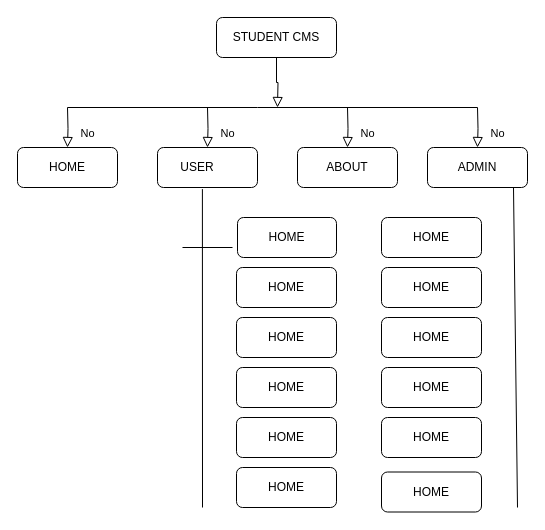
This is final_year_project_flow.drawio from Collinsbrown7723/AduinoBank, a draw.io file, before an edit. Source tidied: cells renumbered, new cells numbered last; positions are measured from the earlier drawing's top-left corner, leaving out a move shared by most shapes. Both pictures are drawn from the tidied source at 100%, with x=0, y=0 at pixel (17, 17).
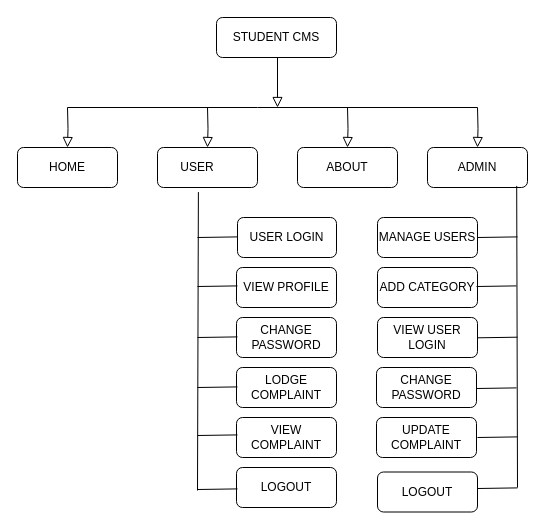
After the change.

The change refers to these unchanged cells:
```xml
<mxCell id="3" value="STUDENT CMS" style="rounded=1;whiteSpace=wrap;html=1;fontSize=12;glass=0;strokeWidth=1;shadow=0;" parent="1" vertex="1">
  <mxGeometry x="199" width="120" height="40" as="geometry" />
</mxCell>
<mxCell id="4" value="ABOUT" style="rounded=1;whiteSpace=wrap;html=1;" parent="1" vertex="1">
  <mxGeometry x="280" y="130" width="100" height="40" as="geometry" />
</mxCell>
<mxCell id="5" value="HOME" style="rounded=1;whiteSpace=wrap;html=1;" parent="1" vertex="1">
  <mxGeometry y="130" width="100" height="40" as="geometry" />
</mxCell>
<mxCell id="6" value="USER&lt;span style=&quot;white-space: pre;&quot;&gt;&#9;&lt;/span&gt;" style="rounded=1;whiteSpace=wrap;html=1;" parent="1" vertex="1">
  <mxGeometry x="140" y="130" width="100" height="40" as="geometry" />
</mxCell>
<mxCell id="7" value="ADMIN" style="rounded=1;whiteSpace=wrap;html=1;" parent="1" vertex="1">
  <mxGeometry x="410" y="130" width="100" height="40" as="geometry" />
</mxCell>
```

Change to the diagram source:
```diff
@@
-    <mxCell id="2" style="rounded=0;html=1;jettySize=auto;fontSize=11;endArrow=block;endFill=0;endSize=8;strokeWidth=1;shadow=0;labelBackgroundColor=none;edgeStyle=orthogonalEdgeStyle;" parent="1" edge="1" source="3">
+    <mxCell id="2" style="rounded=0;html=1;jettySize=auto;orthogonalLoop=1;fontSize=11;endArrow=block;endFill=0;endSize=8;strokeWidth=1;shadow=0;labelBackgroundColor=none;edgeStyle=orthogonalEdgeStyle;" parent="1" edge="1">
       <mxGeometry relative="1" as="geometry">
+        <mxPoint x="259" y="40" as="sourcePoint" />
         <mxPoint x="260" y="90" as="targetPoint" />
+        <Array as="points">
+          <mxPoint x="260" y="40" />
+        </Array>
       </mxGeometry>
     </mxCell>
@@
-    <mxCell id="9" value="No" style="rounded=0;html=1;jettySize=auto;fontSize=11;endArrow=block;endFill=0;endSize=8;strokeWidth=1;shadow=0;labelBackgroundColor=none;edgeStyle=orthogonalEdgeStyle;entryX=0.5;entryY=0;entryDx=0;entryDy=0;" parent="1" edge="1" target="5">
+    <mxCell id="9" style="rounded=0;html=1;jettySize=auto;fontSize=11;endArrow=block;endFill=0;endSize=8;strokeWidth=1;shadow=0;labelBackgroundColor=none;edgeStyle=orthogonalEdgeStyle;entryX=0.5;entryY=0;entryDx=0;entryDy=0;" parent="1" edge="1" target="5">
       <mxGeometry x="0.33" y="20" relative="1" as="geometry">
         <mxPoint x="50" y="90" as="sourcePoint" />
       </mxGeometry>
     </mxCell>
-    <mxCell id="10" value="No" style="rounded=0;html=1;jettySize=auto;fontSize=11;endArrow=block;endFill=0;endSize=8;strokeWidth=1;shadow=0;labelBackgroundColor=none;edgeStyle=orthogonalEdgeStyle;entryX=0.5;entryY=0;entryDx=0;entryDy=0;" parent="1" edge="1" target="6">
+    <mxCell id="10" style="rounded=0;html=1;jettySize=auto;fontSize=11;endArrow=block;endFill=0;endSize=8;strokeWidth=1;shadow=0;labelBackgroundColor=none;edgeStyle=orthogonalEdgeStyle;entryX=0.5;entryY=0;entryDx=0;entryDy=0;" parent="1" edge="1" target="6">
       <mxGeometry x="0.33" y="20" relative="1" as="geometry">
         <mxPoint x="190" y="90" as="sourcePoint" />
       </mxGeometry>
     </mxCell>
-    <mxCell id="11" value="No" style="rounded=0;html=1;jettySize=auto;fontSize=11;endArrow=block;endFill=0;endSize=8;strokeWidth=1;shadow=0;labelBackgroundColor=none;edgeStyle=orthogonalEdgeStyle;entryX=0.5;entryY=0;entryDx=0;entryDy=0;" parent="1" edge="1" target="4">
+    <mxCell id="11" style="rounded=0;html=1;jettySize=auto;fontSize=11;endArrow=block;endFill=0;endSize=8;strokeWidth=1;shadow=0;labelBackgroundColor=none;edgeStyle=orthogonalEdgeStyle;entryX=0.5;entryY=0;entryDx=0;entryDy=0;" parent="1" edge="1" target="4">
       <mxGeometry x="0.33" y="20" relative="1" as="geometry">
         <mxPoint x="330" y="90" as="sourcePoint" />
       </mxGeometry>
     </mxCell>
-    <mxCell id="12" value="No" style="rounded=0;html=1;jettySize=auto;fontSize=11;endArrow=block;endFill=0;endSize=8;strokeWidth=1;shadow=0;labelBackgroundColor=none;edgeStyle=orthogonalEdgeStyle;entryX=0.5;entryY=0;entryDx=0;entryDy=0;" parent="1" edge="1" target="7">
+    <mxCell id="12" style="rounded=0;html=1;jettySize=auto;fontSize=11;endArrow=block;endFill=0;endSize=8;strokeWidth=1;shadow=0;labelBackgroundColor=none;edgeStyle=orthogonalEdgeStyle;entryX=0.5;entryY=0;entryDx=0;entryDy=0;" parent="1" edge="1" target="7">
       <mxGeometry x="0.33" y="20" relative="1" as="geometry">
         <mxPoint x="460" y="90" as="sourcePoint" />
       </mxGeometry>
     </mxCell>
-    <mxCell id="13" value="HOME" style="rounded=1;whiteSpace=wrap;html=1;" parent="1" vertex="1">
+    <mxCell id="13" value="USER LOGIN" style="rounded=1;whiteSpace=wrap;html=1;" parent="1" vertex="1">
       <mxGeometry x="220" y="200" width="99" height="40" as="geometry" />
     </mxCell>
-    <mxCell id="14" value="HOME" style="rounded=1;whiteSpace=wrap;html=1;" parent="1" vertex="1">
+    <mxCell id="14" value="VIEW PROFILE" style="rounded=1;whiteSpace=wrap;html=1;" parent="1" vertex="1">
       <mxGeometry x="219" y="250" width="100" height="40" as="geometry" />
     </mxCell>
-    <mxCell id="15" value="HOME" style="rounded=1;whiteSpace=wrap;html=1;" parent="1" vertex="1">
+    <mxCell id="15" value="CHANGE PASSWORD" style="rounded=1;whiteSpace=wrap;html=1;" parent="1" vertex="1">
       <mxGeometry x="219" y="300" width="100" height="40" as="geometry" />
     </mxCell>
-    <mxCell id="16" value="HOME" style="rounded=1;whiteSpace=wrap;html=1;" parent="1" vertex="1">
+    <mxCell id="16" value="LODGE COMPLAINT " style="rounded=1;whiteSpace=wrap;html=1;" parent="1" vertex="1">
       <mxGeometry x="219" y="350" width="100" height="40" as="geometry" />
     </mxCell>
-    <mxCell id="17" value="HOME" style="rounded=1;whiteSpace=wrap;html=1;" parent="1" vertex="1">
+    <mxCell id="17" value="VIEW COMPLAINT " style="rounded=1;whiteSpace=wrap;html=1;" parent="1" vertex="1">
       <mxGeometry x="219" y="400" width="100" height="40" as="geometry" />
     </mxCell>
-    <mxCell id="18" value="HOME" style="rounded=1;whiteSpace=wrap;html=1;" parent="1" vertex="1">
+    <mxCell id="18" value="LOGOUT" style="rounded=1;whiteSpace=wrap;html=1;" parent="1" vertex="1">
       <mxGeometry x="219" y="450" width="100" height="40" as="geometry" />
     </mxCell>
-    <mxCell id="19" value="HOME" style="rounded=1;whiteSpace=wrap;html=1;" parent="1" vertex="1">
-      <mxGeometry x="364" y="250" width="100" height="40" as="geometry" />
+    <mxCell id="19" value="ADD CATEGORY " style="rounded=1;whiteSpace=wrap;html=1;" parent="1" vertex="1">
+      <mxGeometry x="360" y="250" width="100" height="40" as="geometry" />
     </mxCell>
-    <mxCell id="20" value="HOME" style="rounded=1;whiteSpace=wrap;html=1;" parent="1" vertex="1">
-      <mxGeometry x="364" y="300" width="100" height="40" as="geometry" />
+    <mxCell id="20" value="VIEW USER LOGIN" style="rounded=1;whiteSpace=wrap;html=1;" parent="1" vertex="1">
+      <mxGeometry x="360" y="300" width="100" height="40" as="geometry" />
     </mxCell>
-    <mxCell id="21" value="HOME" style="rounded=1;whiteSpace=wrap;html=1;" parent="1" vertex="1">
-      <mxGeometry x="364" y="350" width="100" height="40" as="geometry" />
+    <mxCell id="21" value="CHANGE PASSWORD" style="rounded=1;whiteSpace=wrap;html=1;" parent="1" vertex="1">
+      <mxGeometry x="359" y="350" width="100" height="40" as="geometry" />
     </mxCell>
-    <mxCell id="22" value="HOME" style="rounded=1;whiteSpace=wrap;html=1;" parent="1" vertex="1">
-      <mxGeometry x="364" y="400" width="100" height="40" as="geometry" />
+    <mxCell id="22" value="UPDATE COMPLAINT" style="rounded=1;whiteSpace=wrap;html=1;" parent="1" vertex="1">
+      <mxGeometry x="359" y="400" width="100" height="40" as="geometry" />
     </mxCell>
-    <mxCell id="23" value="HOME" style="rounded=1;whiteSpace=wrap;html=1;" parent="1" vertex="1">
-      <mxGeometry x="364" y="454.5" width="100" height="40" as="geometry" />
+    <mxCell id="23" value="LOGOUT" style="rounded=1;whiteSpace=wrap;html=1;" parent="1" vertex="1">
+      <mxGeometry x="360" y="454.5" width="100" height="40" as="geometry" />
     </mxCell>
-    <mxCell id="24" value="HOME" style="rounded=1;whiteSpace=wrap;html=1;" parent="1" vertex="1">
-      <mxGeometry x="364" y="200" width="100" height="40" as="geometry" />
+    <mxCell id="24" value="MANAGE USERS" style="rounded=1;whiteSpace=wrap;html=1;" parent="1" vertex="1">
+      <mxGeometry x="360" y="200" width="100" height="40" as="geometry" />
     </mxCell>
-    <mxCell id="25" style="endArrow=none;html=1;rounded=0;entryX=0.449;entryY=1.04;entryDx=0;entryDy=0;entryPerimeter=0;" parent="1" edge="1" target="6">
+    <mxCell id="25" style="endArrow=none;html=1;rounded=0;entryX=0.449;entryY=1.04;entryDx=0;entryDy=0;entryPerimeter=0;" parent="1" edge="1">
       <mxGeometry relative="1" as="geometry">
-        <mxPoint x="185" y="490" as="sourcePoint" />
+        <mxPoint x="180" y="473" as="sourcePoint" />
+        <mxPoint x="180.9" y="174.6" as="targetPoint" />
       </mxGeometry>
     </mxCell>
-    <mxCell id="26" style="endArrow=none;html=1;rounded=0;entryX=0.66;entryY=0.925;entryDx=0;entryDy=0;entryPerimeter=0;" parent="1" edge="1">
+    <mxCell id="26" style="endArrow=none;html=1;rounded=0;entryX=0.892;entryY=0.96;entryDx=0;entryDy=0;entryPerimeter=0;" parent="1" edge="1" target="7">
       <mxGeometry relative="1" as="geometry">
-        <mxPoint x="500" y="490" as="sourcePoint" />
-        <mxPoint x="496" y="170" as="targetPoint" />
+        <mxPoint x="500" y="470" as="sourcePoint" />
       </mxGeometry>
     </mxCell>
     <mxCell id="27" style="endArrow=none;html=1;rounded=0;" parent="1" edge="1">
       <mxGeometry relative="1" as="geometry">
-        <mxPoint x="165" y="230" as="sourcePoint" />
-        <mxPoint x="215" y="230" as="targetPoint" />
+        <mxPoint x="180" y="220" as="sourcePoint" />
+        <mxPoint x="220" y="219.4" as="targetPoint" />
       </mxGeometry>
     </mxCell>
+    <mxCell id="28" style="endArrow=none;html=1;rounded=0;" parent="1" edge="1">
+      <mxGeometry relative="1" as="geometry">
+        <mxPoint x="180" y="269" as="sourcePoint" />
+        <mxPoint x="220" y="268.4" as="targetPoint" />
+      </mxGeometry>
+    </mxCell>
+    <mxCell id="29" style="endArrow=none;html=1;rounded=0;" parent="1" edge="1">
+      <mxGeometry relative="1" as="geometry">
+        <mxPoint x="180" y="320" as="sourcePoint" />
+        <mxPoint x="220" y="319.4" as="targetPoint" />
+      </mxGeometry>
+    </mxCell>
+    <mxCell id="30" style="endArrow=none;html=1;rounded=0;" parent="1" edge="1">
+      <mxGeometry relative="1" as="geometry">
+        <mxPoint x="180" y="370" as="sourcePoint" />
+        <mxPoint x="220" y="369.4" as="targetPoint" />
+      </mxGeometry>
+    </mxCell>
+    <mxCell id="31" style="endArrow=none;html=1;rounded=0;" parent="1" edge="1">
+      <mxGeometry relative="1" as="geometry">
+        <mxPoint x="460" y="220" as="sourcePoint" />
+        <mxPoint x="500" y="219.4" as="targetPoint" />
+      </mxGeometry>
+    </mxCell>
+    <mxCell id="32" style="endArrow=none;html=1;rounded=0;" parent="1" edge="1">
+      <mxGeometry relative="1" as="geometry">
+        <mxPoint x="180" y="472" as="sourcePoint" />
+        <mxPoint x="220" y="471.4" as="targetPoint" />
+      </mxGeometry>
+    </mxCell>
+    <mxCell id="33" style="endArrow=none;html=1;rounded=0;" parent="1" edge="1">
+      <mxGeometry relative="1" as="geometry">
+        <mxPoint x="180" y="418" as="sourcePoint" />
+        <mxPoint x="220" y="417.4" as="targetPoint" />
+      </mxGeometry>
+    </mxCell>
+    <mxCell id="34" style="endArrow=none;html=1;rounded=0;" parent="1" edge="1">
+      <mxGeometry relative="1" as="geometry">
+        <mxPoint x="459" y="269" as="sourcePoint" />
+        <mxPoint x="499" y="268.4" as="targetPoint" />
+      </mxGeometry>
+    </mxCell>
+    <mxCell id="35" style="endArrow=none;html=1;rounded=0;" parent="1" edge="1">
+      <mxGeometry relative="1" as="geometry">
+        <mxPoint x="460" y="320.3" as="sourcePoint" />
+        <mxPoint x="500" y="319.7" as="targetPoint" />
+      </mxGeometry>
+    </mxCell>
+    <mxCell id="36" style="endArrow=none;html=1;rounded=0;" parent="1" edge="1">
+      <mxGeometry relative="1" as="geometry">
+        <mxPoint x="459" y="371" as="sourcePoint" />
+        <mxPoint x="499" y="370.4" as="targetPoint" />
+      </mxGeometry>
+    </mxCell>
+    <mxCell id="37" style="endArrow=none;html=1;rounded=0;" parent="1" edge="1">
+      <mxGeometry relative="1" as="geometry">
+        <mxPoint x="460" y="420" as="sourcePoint" />
+        <mxPoint x="500" y="419.4" as="targetPoint" />
+      </mxGeometry>
+    </mxCell>
+    <mxCell id="38" style="endArrow=none;html=1;rounded=0;" parent="1" edge="1">
+      <mxGeometry relative="1" as="geometry">
+        <mxPoint x="460" y="471" as="sourcePoint" />
+        <mxPoint x="500" y="470.4" as="targetPoint" />
+      </mxGeometry>
+    </mxCell>
```
